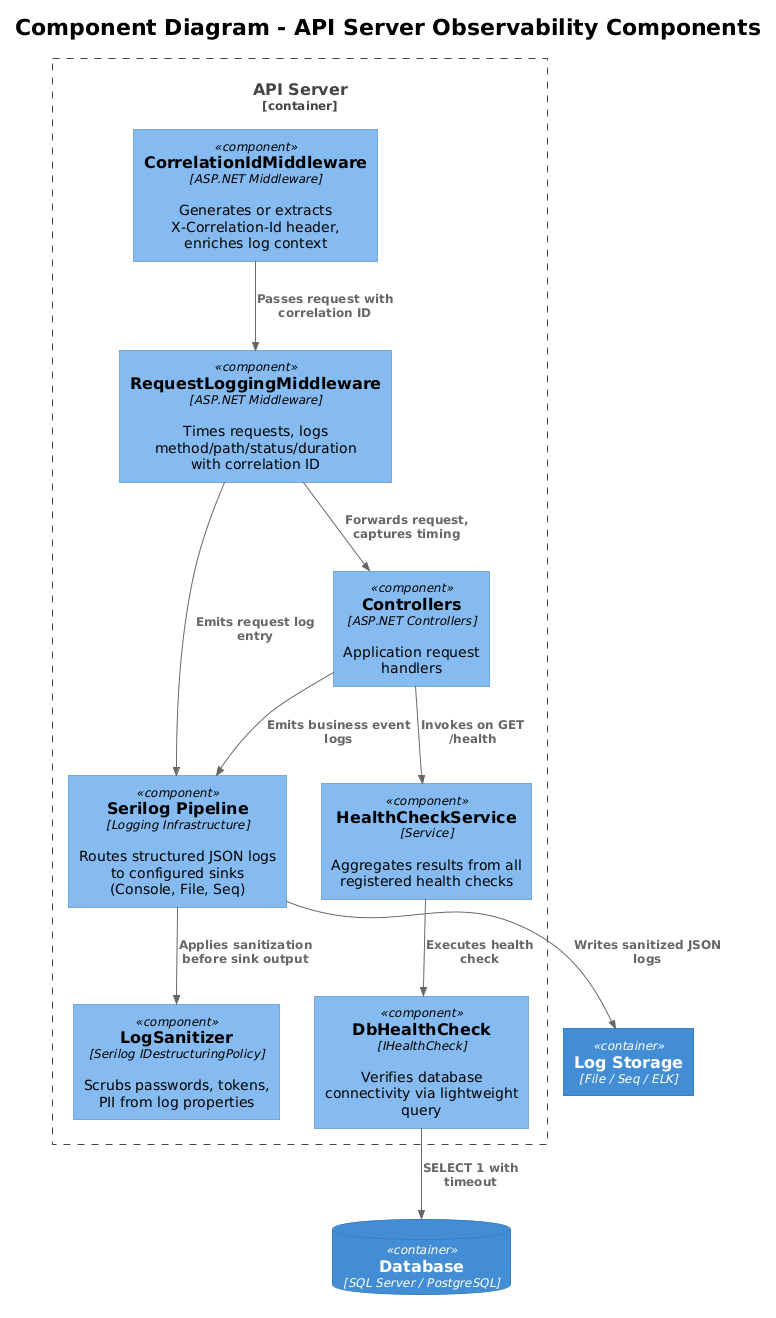
Before: docs/detailed-designs/09-observability/diagrams/c4_component.png, a diagram exported from PlantUML (QuinntyneBrown/Blog). Its diagram source:
```plantuml
@startuml
!theme plain
!include <C4/C4_Component>

title Component Diagram - API Server Observability Components

Container_Boundary(api, "API Server") {
    Component(correlationMiddleware, "CorrelationIdMiddleware", "ASP.NET Middleware", "Generates or extracts X-Correlation-Id header, enriches log context")
    Component(requestLoggingMiddleware, "RequestLoggingMiddleware", "ASP.NET Middleware", "Times requests, logs method/path/status/duration with correlation ID")
    Component(healthService, "HealthCheckService", "Service", "Aggregates results from all registered health checks")
    Component(dbHealthCheck, "DbHealthCheck", "IHealthCheck", "Verifies database connectivity via lightweight query")
    Component(logSanitizer, "LogSanitizer", "Serilog IDestructuringPolicy", "Scrubs passwords, tokens, PII from log properties")
    Component(serilogPipeline, "Serilog Pipeline", "Logging Infrastructure", "Routes structured JSON logs to configured sinks (Console, File, Seq)")
    Component(controllers, "Controllers", "ASP.NET Controllers", "Application request handlers")
}

ContainerDb(db, "Database", "SQL Server / PostgreSQL")
Container(logStorage, "Log Storage", "File / Seq / ELK")

Rel(correlationMiddleware, requestLoggingMiddleware, "Passes request with correlation ID")
Rel(requestLoggingMiddleware, controllers, "Forwards request, captures timing")
Rel(controllers, healthService, "Invokes on GET /health")
Rel(healthService, dbHealthCheck, "Executes health check")
Rel(dbHealthCheck, db, "SELECT 1 with timeout")
Rel(requestLoggingMiddleware, serilogPipeline, "Emits request log entry")
Rel(controllers, serilogPipeline, "Emits business event logs")
Rel(serilogPipeline, logSanitizer, "Applies sanitization before sink output")
Rel(serilogPipeline, logStorage, "Writes sanitized JSON logs")
@enduml
```
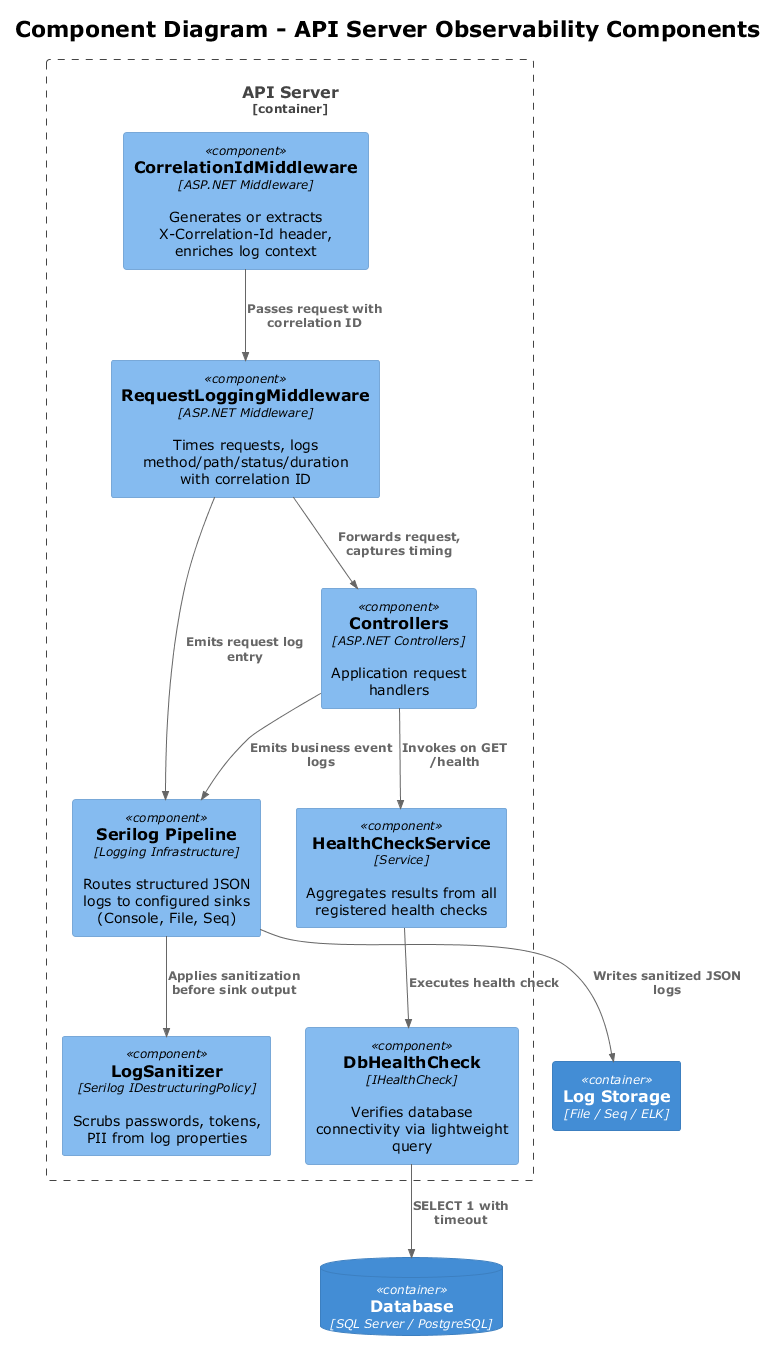
After the commit.

Change to the diagram source:
```diff
@@ -1,4 +1,4 @@
-@startuml
+@startuml c4_component
 !theme plain
 !include <C4/C4_Component>
 
@@ -26,4 +26,5 @@
 Rel(controllers, serilogPipeline, "Emits business event logs")
 Rel(serilogPipeline, logSanitizer, "Applies sanitization before sink output")
 Rel(serilogPipeline, logStorage, "Writes sanitized JSON logs")
+
 @enduml
```
